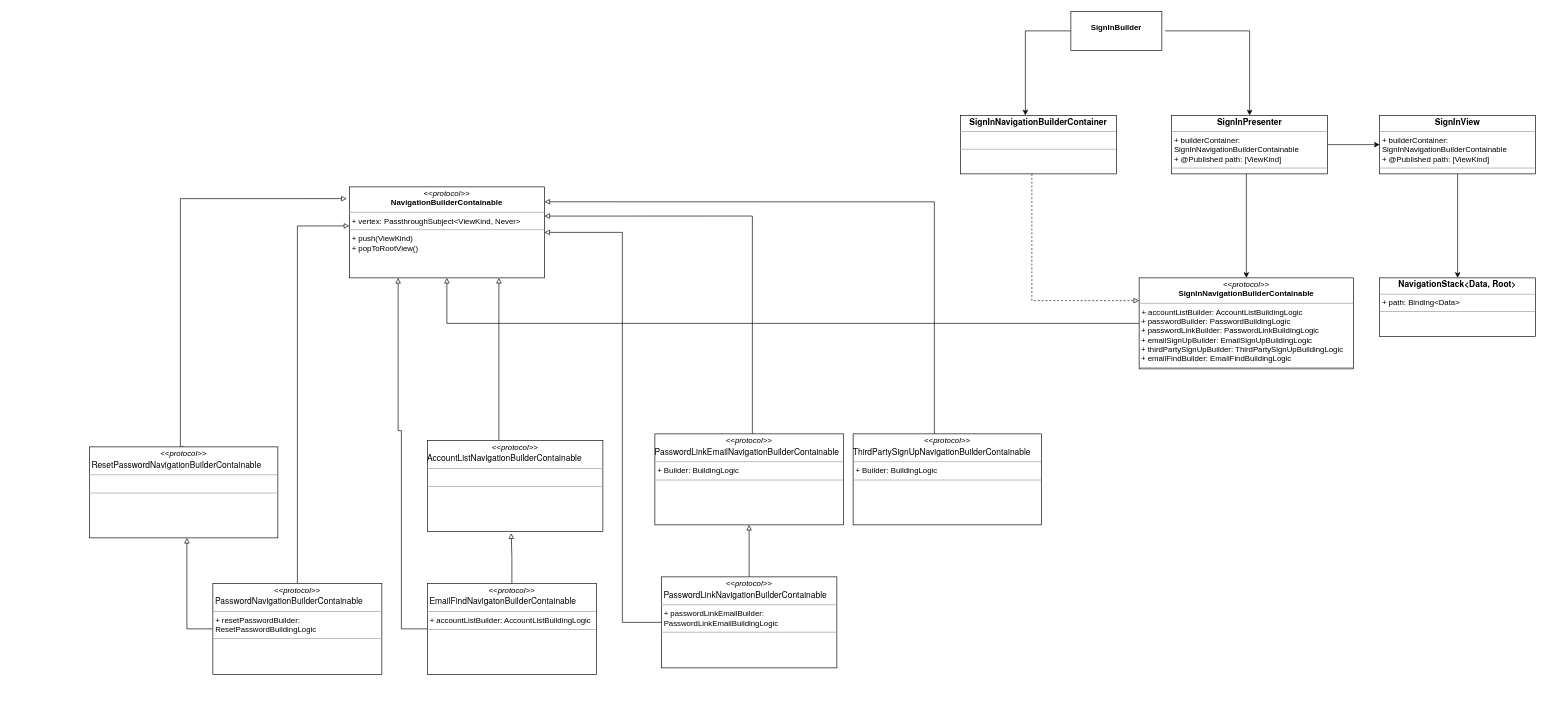
Before: page "Builder Container" (2 of 3) of 제목 없는 다이어그램.drawio in gookhee/diagrams, a draw.io diagram. Source tidied: cells renumbered, new cells numbered last; positions are measured from the earlier drawing's top-left corner, leaving out a move shared by most shapes. Both pictures are drawn from the tidied source at 65%, with x=0, y=0 at pixel (89, 11).
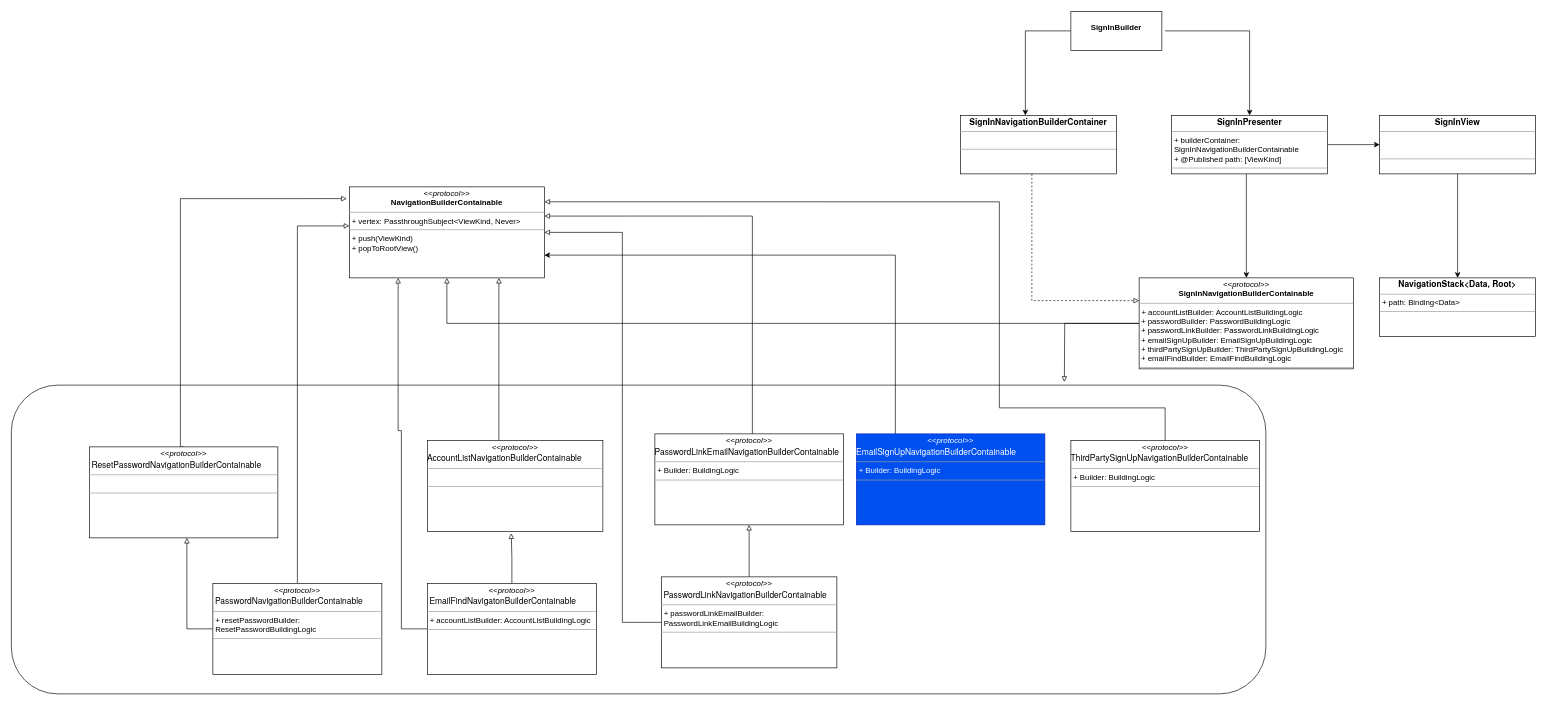
Above is the later version.

Commit message:
제목 없는 다이어그램.drawio 업데이트

Unchanged cells that the change refers to:
```xml
<mxCell id="2" value="&lt;p style=&quot;margin:0px;margin-top:4px;text-align:center;&quot;&gt;&lt;i&gt;&amp;lt;&amp;lt;protocol&amp;gt;&amp;gt;&lt;/i&gt;&lt;br&gt;&lt;b&gt;NavigationBuilderContainable&lt;/b&gt;&lt;/p&gt;&lt;hr size=&quot;1&quot;&gt;&lt;p style=&quot;margin:0px;margin-left:4px;&quot;&gt;+ vertex: PassthroughSubject&amp;lt;ViewKind, Never&amp;gt;&lt;br&gt;&lt;/p&gt;&lt;hr size=&quot;1&quot;&gt;&lt;p style=&quot;margin:0px;margin-left:4px;&quot;&gt;+ push(ViewKind)&lt;br style=&quot;border-color: var(--border-color);&quot;&gt;+ popToRootView()&lt;br&gt;&lt;/p&gt;" style="verticalAlign=top;align=left;overflow=fill;fontSize=12;fontFamily=Helvetica;html=1;whiteSpace=wrap;" parent="1" vertex="1">
  <mxGeometry x="400" y="270" width="300" height="140" as="geometry" />
</mxCell>
<mxCell id="4" value="&lt;p style=&quot;margin:0px;margin-top:4px;text-align:center;&quot;&gt;&lt;i&gt;&amp;lt;&amp;lt;protocol&amp;gt;&amp;gt;&lt;/i&gt;&lt;br&gt;&lt;b&gt;SignInNavigationBuilderContainable&lt;/b&gt;&lt;/p&gt;&lt;hr size=&quot;1&quot;&gt;&lt;p style=&quot;margin:0px;margin-left:4px;&quot;&gt;+ accountListBuilder: AccountListBuildingLogic&lt;/p&gt;&amp;nbsp;+ passwordBuilder: PasswordBuildingLogic&lt;br&gt;&amp;nbsp;+ passwordLinkBuilder: PasswordLinkBuildingLogic&lt;br&gt;&amp;nbsp;+ emailSignUpBuilder: EmailSignUpBuildingLogic&lt;br&gt;&amp;nbsp;+ thirdPartySignUpBuilder: ThirdPartySignUpBuildingLogic&lt;br&gt;&amp;nbsp;+ emailFindBuilder: EmailFindBuildingLogic&lt;br&gt;&lt;hr size=&quot;1&quot;&gt;&lt;p style=&quot;margin:0px;margin-left:4px;&quot;&gt;&lt;br&gt;&lt;/p&gt;" style="verticalAlign=top;align=left;overflow=fill;fontSize=12;fontFamily=Helvetica;html=1;whiteSpace=wrap;" parent="1" vertex="1">
  <mxGeometry x="1615" y="410" width="330" height="140" as="geometry" />
</mxCell>
```

Diff of the diagram source:
```diff
@@
+    <mxCell id="33" style="rounded=1;whiteSpace=wrap;html=1;" parent="1" vertex="1">
+      <mxGeometry x="-120" y="575" width="1930" height="475" as="geometry" />
+    </mxCell>
@@
+    <mxCell id="34" style="edgeStyle=orthogonalEdgeStyle;rounded=0;jettySize=auto;html=1;endArrow=block;endFill=0;" parent="1" edge="1" source="4">
+      <mxGeometry relative="1" as="geometry">
+        <mxPoint x="1500" y="570" as="targetPoint" />
+      </mxGeometry>
+    </mxCell>
@@
     <mxCell id="22" style="edgeStyle=orthogonalEdgeStyle;rounded=0;jettySize=auto;html=1;entryX=1;entryY=0.164;entryDx=0;entryDy=0;entryPerimeter=0;endArrow=block;endFill=0;" parent="1" edge="1" source="23" target="2">
       <mxGeometry relative="1" as="geometry">
         <Array as="points">
-          <mxPoint x="1300" y="293" />
+          <mxPoint x="1655" y="610" />
+          <mxPoint x="1400" y="610" />
+          <mxPoint x="1400" y="293" />
         </Array>
       </mxGeometry>
     </mxCell>
     <mxCell id="23" value="&lt;p style=&quot;margin:0px;margin-top:4px;text-align:center;&quot;&gt;&lt;i&gt;&amp;lt;&amp;lt;protocol&amp;gt;&amp;gt;&lt;/i&gt;&lt;br&gt;&lt;/p&gt;&lt;p style=&quot;margin: 0px; font-variant-numeric: normal; font-variant-east-asian: normal; font-variant-alternates: normal; font-kerning: auto; font-optical-sizing: auto; font-feature-settings: normal; font-variation-settings: normal; font-stretch: normal; font-size: 13px; line-height: normal; font-family: &amp;quot;Helvetica Neue&amp;quot;;&quot; class=&quot;p1&quot;&gt;ThirdPartySignUpNavigationBuilderContainable&lt;/p&gt;&lt;hr size=&quot;1&quot;&gt;&lt;p style=&quot;margin:0px;margin-left:4px;&quot;&gt;+ Builder: BuildingLogic&lt;br&gt;&lt;/p&gt;&lt;hr size=&quot;1&quot;&gt;&lt;p style=&quot;margin:0px;margin-left:4px;&quot;&gt;&lt;br&gt;&lt;/p&gt;" style="verticalAlign=top;align=left;overflow=fill;fontSize=12;fontFamily=Helvetica;html=1;whiteSpace=wrap;" parent="1" vertex="1">
-      <mxGeometry x="1175" y="650" width="290" height="140" as="geometry" />
+      <mxGeometry x="1510" y="660" width="290" height="140" as="geometry" />
     </mxCell>
@@
-    <mxCell id="31" value="&lt;p style=&quot;text-align: center; margin: 0px; font-variant-numeric: normal; font-variant-east-asian: normal; font-variant-alternates: normal; font-kerning: auto; font-optical-sizing: auto; font-feature-settings: normal; font-variation-settings: normal; font-stretch: normal; font-size: 13px; line-height: normal; font-family: &amp;quot;Helvetica Neue&amp;quot;;&quot; class=&quot;p1&quot;&gt;&lt;b&gt;SignInView&lt;/b&gt;&lt;/p&gt;&lt;hr style=&quot;text-align: center;&quot; size=&quot;1&quot;&gt;&lt;p style=&quot;margin:0px;margin-left:4px;&quot;&gt;+ builderContainer: SignInNavigationBuilderContainable&lt;/p&gt;&lt;p style=&quot;margin:0px;margin-left:4px;&quot;&gt;+ @Published path: [ViewKind]&lt;/p&gt;&lt;hr size=&quot;1&quot;&gt;&lt;p style=&quot;margin:0px;margin-left:4px;&quot;&gt;&lt;br&gt;&lt;/p&gt;" style="verticalAlign=top;align=left;overflow=fill;fontSize=12;fontFamily=Helvetica;html=1;whiteSpace=wrap;" parent="1" vertex="1">
+    <mxCell id="31" value="&lt;p style=&quot;text-align: center; margin: 0px; font-variant-numeric: normal; font-variant-east-asian: normal; font-variant-alternates: normal; font-kerning: auto; font-optical-sizing: auto; font-feature-settings: normal; font-variation-settings: normal; font-stretch: normal; font-size: 13px; line-height: normal; font-family: &amp;quot;Helvetica Neue&amp;quot;;&quot; class=&quot;p1&quot;&gt;&lt;b&gt;SignInView&lt;/b&gt;&lt;/p&gt;&lt;hr style=&quot;text-align: center;&quot; size=&quot;1&quot;&gt;&lt;p style=&quot;margin:0px;margin-left:4px;&quot;&gt;&lt;br&gt;&lt;/p&gt;&lt;p style=&quot;margin:0px;margin-left:4px;&quot;&gt;&lt;br&gt;&lt;/p&gt;&lt;hr size=&quot;1&quot;&gt;&lt;p style=&quot;margin:0px;margin-left:4px;&quot;&gt;&lt;br&gt;&lt;/p&gt;" style="verticalAlign=top;align=left;overflow=fill;fontSize=12;fontFamily=Helvetica;html=1;whiteSpace=wrap;" parent="1" vertex="1">
       <mxGeometry x="1985" y="160" width="240" height="90" as="geometry" />
     </mxCell>
@@
+    <mxCell id="35" style="edgeStyle=orthogonalEdgeStyle;rounded=0;jettySize=auto;html=1;entryX=1;entryY=0.75;entryDx=0;entryDy=0;" parent="1" edge="1" source="36" target="2">
+      <mxGeometry relative="1" as="geometry">
+        <Array as="points">
+          <mxPoint x="1240" y="375" />
+        </Array>
+      </mxGeometry>
+    </mxCell>
+    <mxCell id="36" value="&lt;p style=&quot;margin:0px;margin-top:4px;text-align:center;&quot;&gt;&lt;i&gt;&amp;lt;&amp;lt;protocol&amp;gt;&amp;gt;&lt;/i&gt;&lt;br&gt;&lt;/p&gt;&lt;p style=&quot;margin: 0px; font-variant-numeric: normal; font-variant-east-asian: normal; font-variant-alternates: normal; font-kerning: auto; font-optical-sizing: auto; font-feature-settings: normal; font-variation-settings: normal; font-stretch: normal; font-size: 13px; line-height: normal; font-family: &amp;quot;Helvetica Neue&amp;quot;;&quot; class=&quot;p1&quot;&gt;EmailSignUpNavigationBuilderContainable&lt;/p&gt;&lt;hr size=&quot;1&quot;&gt;&lt;p style=&quot;margin:0px;margin-left:4px;&quot;&gt;+ Builder: BuildingLogic&lt;br&gt;&lt;/p&gt;&lt;hr size=&quot;1&quot;&gt;&lt;p style=&quot;margin:0px;margin-left:4px;&quot;&gt;&lt;br&gt;&lt;/p&gt;" style="verticalAlign=top;align=left;overflow=fill;fontSize=12;fontFamily=Helvetica;html=1;whiteSpace=wrap;fillColor=#0050ef;fontColor=#ffffff;strokeColor=#001DBC;" parent="1" vertex="1">
+      <mxGeometry x="1180" y="650" width="290" height="140" as="geometry" />
+    </mxCell>
```
